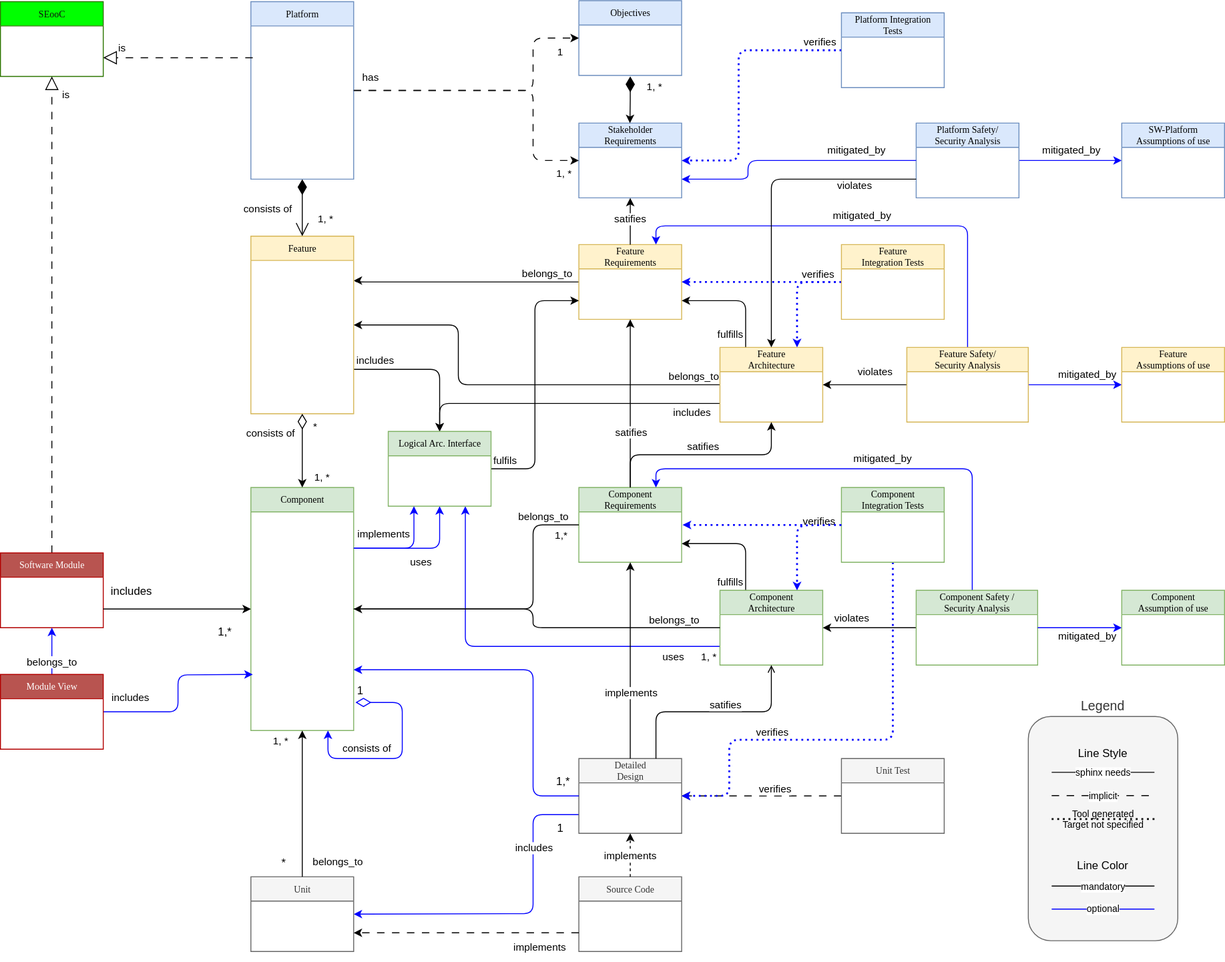
eclipse-score/process_description keeps this draw.io diagram as pr-524/_images/score_building_blocks_meta_model.drawio.svg. Above is the earlier version. Source tidied: cells renumbered, new cells last; positions are measured from the earlier drawing's top-left corner, leaving out a move shared by most shapes.
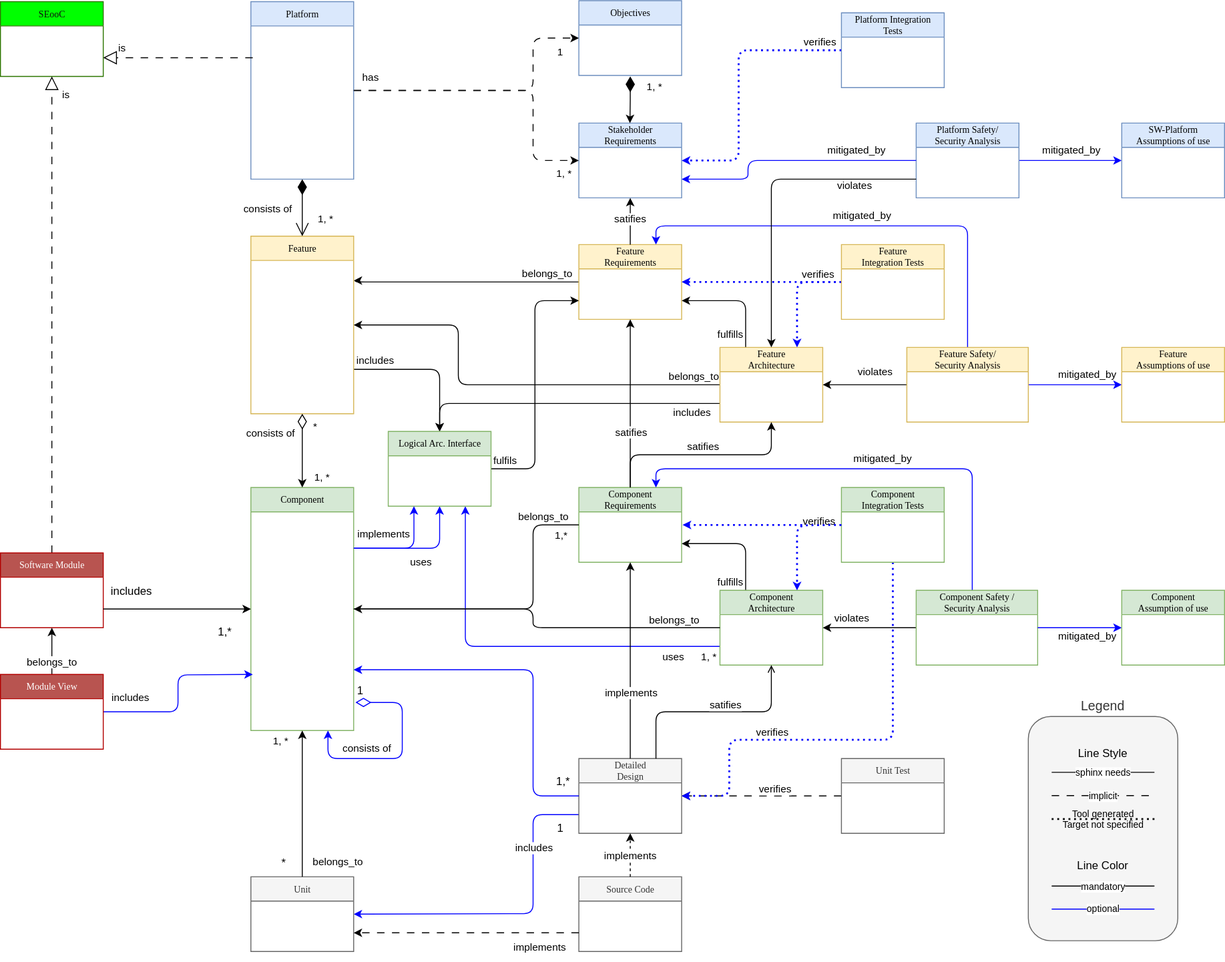
The same file after the commit.

What changed in the source:
```diff
@@ -565,7 +565,7 @@
         <mxPoint x="270" y="721" as="targetPoint" />
       </mxGeometry>
     </mxCell>
-    <mxCell id="122" value="belongs_to" style="edgeStyle=none;html=1;exitX=0.5;exitY=0;exitDx=0;exitDy=0;entryX=0.5;entryY=1;entryDx=0;entryDy=0;strokeColor=#0000FF;" parent="1" edge="1" source="123" target="67">
+    <mxCell id="122" value="belongs_to" style="edgeStyle=none;html=1;exitX=0.5;exitY=0;exitDx=0;exitDy=0;entryX=0.5;entryY=1;entryDx=0;entryDy=0;strokeColor=#000000;" parent="1" edge="1" source="123" target="67">
       <mxGeometry x="-0.5" relative="1" as="geometry" />
     </mxCell>
     <mxCell id="123" value="Module View" style="swimlane;html=1;fontStyle=0;horizontal=1;startSize=26;fillColor=#B85450;swimlaneFillColor=#ffffff;rounded=0;shadow=0;comic=0;labelBackgroundColor=none;strokeWidth=1;fontFamily=Verdana;fontSize=10;align=center;strokeColor=#B20000;fontColor=#ffffff;" parent="1" vertex="1">
```
